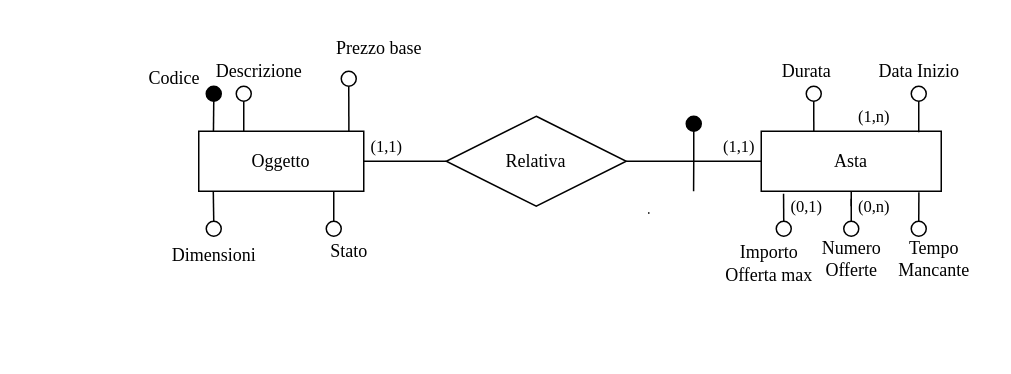
A-lex00/AsteOnlineBD keeps this draw.io diagram as materiale/Schemi Base E-R/SchemaBaseOggetto-Asta.drawio. Above is the earlier version. Source tidied: cells renumbered, new cells numbered last; positions are measured from the earlier drawing's top-left corner, leaving out a move shared by most shapes. Both pictures are drawn from the tidied source at 150%, with x=0, y=0 at pixel (130, 26).
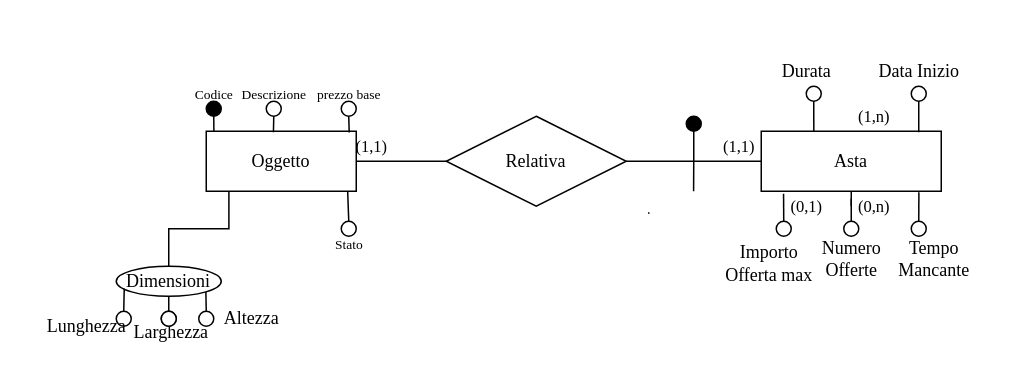
After the change.

The change refers to these unchanged cells:
```xml
<mxCell id="19" value="Relativa" style="shape=rhombus;perimeter=rhombusPerimeter;whiteSpace=wrap;html=1;align=center;fontColor=#000000;fontFamily=Times New Roman;" parent="1" vertex="1">
  <mxGeometry x="210" y="60" width="120" height="60" as="geometry" />
</mxCell>
```

What changed in the source:
```diff
@@
-    <mxCell id="12" style="edgeStyle=orthogonalEdgeStyle;rounded=0;jettySize=auto;html=1;exitX=0;exitY=0.5;exitDx=0;exitDy=0;endArrow=none;startFill=0;fontFamily=Times New Roman;" parent="1" edge="1" source="19" target="20">
+    <mxCell id="12" style="edgeStyle=orthogonalEdgeStyle;rounded=0;jettySize=auto;html=1;exitX=0;exitY=0.5;exitDx=0;exitDy=0;endArrow=none;startFill=0;fontFamily=Times New Roman;entryX=1;entryY=0.5;entryDx=0;entryDy=0;" parent="1" edge="1" source="19" target="20">
       <mxGeometry relative="1" as="geometry" />
     </mxCell>
-    <mxCell id="13" style="edgeStyle=orthogonalEdgeStyle;shape=connector;rounded=0;jettySize=auto;html=1;exitX=0.5;exitY=1;exitDx=0;exitDy=0;entryX=0.089;entryY=0.032;entryDx=0;entryDy=0;entryPerimeter=0;strokeColor=default;align=center;verticalAlign=middle;fontFamily=Times New Roman;fontSize=7;fontColor=default;labelBackgroundColor=default;startFill=0;endArrow=none;" parent="1" edge="1" source="21" target="20">
-      <mxGeometry relative="1" as="geometry" />
-    </mxCell>
-    <mxCell id="14" style="edgeStyle=orthogonalEdgeStyle;shape=connector;rounded=0;jettySize=auto;html=1;exitX=0.5;exitY=1;exitDx=0;exitDy=0;entryX=0.273;entryY=0.015;entryDx=0;entryDy=0;entryPerimeter=0;strokeColor=default;align=center;verticalAlign=middle;fontFamily=Times New Roman;fontSize=7;fontColor=default;labelBackgroundColor=default;startFill=0;endArrow=none;" parent="1" edge="1" source="22" target="20">
-      <mxGeometry relative="1" as="geometry" />
-    </mxCell>
-    <mxCell id="15" style="edgeStyle=orthogonalEdgeStyle;shape=connector;rounded=0;jettySize=auto;html=1;exitX=0.5;exitY=1;exitDx=0;exitDy=0;entryX=0.91;entryY=0.003;entryDx=0;entryDy=0;entryPerimeter=0;strokeColor=default;align=center;verticalAlign=middle;fontFamily=Times New Roman;fontSize=7;fontColor=default;labelBackgroundColor=default;startFill=0;endArrow=none;" parent="1" edge="1" source="24" target="20">
-      <mxGeometry relative="1" as="geometry" />
-    </mxCell>
-    <mxCell id="16" style="edgeStyle=orthogonalEdgeStyle;shape=connector;rounded=0;jettySize=auto;html=1;exitX=0.5;exitY=0;exitDx=0;exitDy=0;entryX=0.818;entryY=1.009;entryDx=0;entryDy=0;entryPerimeter=0;strokeColor=default;align=center;verticalAlign=middle;fontFamily=Times New Roman;fontSize=7;fontColor=default;labelBackgroundColor=default;startFill=0;endArrow=none;" parent="1" edge="1" source="23" target="20">
-      <mxGeometry relative="1" as="geometry" />
-    </mxCell>
-    <mxCell id="17" style="edgeStyle=orthogonalEdgeStyle;rounded=0;jettySize=auto;html=1;exitX=0.5;exitY=0;exitDx=0;exitDy=0;entryX=0.088;entryY=0.98;entryDx=0;entryDy=0;entryPerimeter=0;endArrow=none;startFill=0;fontFamily=Times New Roman;" parent="1" edge="1" source="25" target="20">
-      <mxGeometry relative="1" as="geometry" />
-    </mxCell>
@@
-    <mxCell id="20" value="Oggetto" style="whiteSpace=wrap;html=1;align=center;fontFamily=Times New Roman;" parent="1" vertex="1">
-      <mxGeometry x="45" y="70" width="110" height="40" as="geometry" />
-    </mxCell>
-    <mxCell id="21" style="ellipse;whiteSpace=wrap;html=1;fillColor=#000000;fontFamily=Times New Roman;" parent="1" vertex="1">
-      <mxGeometry x="50" y="40" width="10" height="10" as="geometry" />
-    </mxCell>
-    <mxCell id="22" style="ellipse;whiteSpace=wrap;html=1;fontFamily=Times New Roman;" parent="1" vertex="1">
-      <mxGeometry x="70" y="40" width="10" height="10" as="geometry" />
-    </mxCell>
-    <mxCell id="23" style="ellipse;whiteSpace=wrap;html=1;fontFamily=Times New Roman;" parent="1" vertex="1">
-      <mxGeometry x="130" y="130" width="10" height="10" as="geometry" />
-    </mxCell>
-    <mxCell id="24" style="ellipse;whiteSpace=wrap;html=1;fontFamily=Times New Roman;" parent="1" vertex="1">
-      <mxGeometry x="140" y="30" width="10" height="10" as="geometry" />
-    </mxCell>
-    <mxCell id="25" style="ellipse;whiteSpace=wrap;html=1;fontFamily=Times New Roman;" parent="1" vertex="1">
-      <mxGeometry x="50" y="130" width="10" height="10" as="geometry" />
-    </mxCell>
-    <mxCell id="26" value="Codice&amp;nbsp;" style="text;html=1;align=center;verticalAlign=middle;strokeColor=none;fillColor=none;fontFamily=Times New Roman;fontSize=12;fontColor=default;labelBackgroundColor=default;" parent="1" vertex="1">
-      <mxGeometry y="20" width="60" height="30" as="geometry" />
-    </mxCell>
-    <mxCell id="27" value="Descrizione" style="text;html=1;align=center;verticalAlign=middle;strokeColor=none;fillColor=none;fontFamily=Times New Roman;fontSize=12;fontColor=default;labelBackgroundColor=default;" parent="1" vertex="1">
-      <mxGeometry x="45" y="15" width="80" height="30" as="geometry" />
-    </mxCell>
     <mxCell id="28" value="(1,1)" style="text;html=1;align=center;verticalAlign=middle;strokeColor=none;fillColor=none;fontFamily=Times New Roman;fontSize=11;fontColor=default;labelBackgroundColor=default;" parent="1" vertex="1">
-      <mxGeometry x="150" y="65" width="40" height="30" as="geometry" />
+      <mxGeometry x="140" y="65" width="40" height="30" as="geometry" />
     </mxCell>
@@
-    <mxCell id="39" value="&lt;font&gt;Prezzo base&lt;/font&gt;" style="text;html=1;align=center;verticalAlign=middle;strokeColor=none;fillColor=none;fontFamily=Times New Roman;fontSize=12;fontColor=default;labelBackgroundColor=default;" parent="1" vertex="1">
-      <mxGeometry x="125" width="80" height="30" as="geometry" />
-    </mxCell>
-    <mxCell id="40" value="Dimensioni" style="text;html=1;align=center;verticalAlign=middle;points=[];strokeColor=none;fillColor=none;fontFamily=Times New Roman;fontSize=12;fontColor=default;labelBackgroundColor=default;" parent="1" vertex="1">
-      <mxGeometry x="15" y="138" width="80" height="30" as="geometry" />
-    </mxCell>
-    <mxCell id="41" value="Stato" style="text;html=1;align=center;verticalAlign=middle;strokeColor=none;fillColor=none;fontFamily=Times New Roman;fontSize=12;fontColor=default;labelBackgroundColor=default;" parent="1" vertex="1">
-      <mxGeometry x="120" y="135" width="50" height="30" as="geometry" />
-    </mxCell>
@@
+    <mxCell id="20" value="&lt;font face=&quot;Times New Roman&quot;&gt;Oggetto&lt;/font&gt;" style="whiteSpace=wrap;html=1;align=center;" parent="1" vertex="1">
+      <mxGeometry x="50" y="70" width="100" height="40" as="geometry" />
+    </mxCell>
+    <mxCell id="40" value="&lt;font style=&quot;font-size: 12px;&quot;&gt;Dimensioni&lt;/font&gt;" style="ellipse;whiteSpace=wrap;html=1;align=center;fontSize=10;fontFamily=Times New Roman;" parent="1" vertex="1">
+      <mxGeometry x="-10" y="160" width="70" height="20" as="geometry" />
+    </mxCell>
+    <mxCell id="46" style="ellipse;whiteSpace=wrap;html=1;" parent="1" vertex="1">
+      <mxGeometry x="-10" y="190" width="10" height="10" as="geometry" />
+    </mxCell>
+    <mxCell id="47" style="edgeStyle=orthogonalEdgeStyle;rounded=0;jettySize=auto;html=1;exitX=0.5;exitY=0;exitDx=0;exitDy=0;entryX=0.5;entryY=1;entryDx=0;entryDy=0;endArrow=none;startFill=0;" parent="1" edge="1" source="48" target="40">
+      <mxGeometry relative="1" as="geometry" />
+    </mxCell>
+    <mxCell id="48" style="ellipse;whiteSpace=wrap;html=1;" parent="1" vertex="1">
+      <mxGeometry x="20" y="190" width="10" height="10" as="geometry" />
+    </mxCell>
+    <mxCell id="49" style="edgeStyle=orthogonalEdgeStyle;rounded=0;jettySize=auto;html=1;exitX=0.5;exitY=0;exitDx=0;exitDy=0;entryX=1;entryY=1;entryDx=0;entryDy=0;endArrow=none;startFill=0;" parent="1" edge="1" source="50" target="40">
+      <mxGeometry relative="1" as="geometry" />
+    </mxCell>
+    <mxCell id="50" style="ellipse;whiteSpace=wrap;html=1;" parent="1" vertex="1">
+      <mxGeometry x="45" y="190" width="10" height="10" as="geometry" />
+    </mxCell>
+    <mxCell id="51" value="Lunghezza" style="text;html=1;align=center;verticalAlign=middle;strokeColor=none;fillColor=none;fontSize=12;fontFamily=Times New Roman;" parent="1" vertex="1">
+      <mxGeometry x="-70" y="185" width="80" height="30" as="geometry" />
+    </mxCell>
+    <mxCell id="52" value="Altezza" style="text;html=1;align=center;verticalAlign=middle;strokeColor=none;fillColor=none;fontFamily=Times New Roman;fontSize=12;" parent="1" vertex="1">
+      <mxGeometry x="50" y="180" width="60" height="30" as="geometry" />
+    </mxCell>
+    <mxCell id="53" value="Larghezza" style="text;whiteSpace=wrap;html=1;fontSize=12;fontFamily=Times New Roman;" parent="1" vertex="1">
+      <mxGeometry y="190" width="40" height="20" as="geometry" />
+    </mxCell>
+    <mxCell id="54" style="ellipse;whiteSpace=wrap;html=1;fillColor=#000000;" parent="1" vertex="1">
+      <mxGeometry x="50" y="50" width="10" height="10" as="geometry" />
+    </mxCell>
+    <mxCell id="55" style="ellipse;whiteSpace=wrap;html=1;" parent="1" vertex="1">
+      <mxGeometry x="90" y="50" width="10" height="10" as="geometry" />
+    </mxCell>
+    <mxCell id="56" style="edgeStyle=orthogonalEdgeStyle;rounded=0;jettySize=auto;html=1;exitX=0.5;exitY=1;exitDx=0;exitDy=0;entryX=0.051;entryY=0.013;entryDx=0;entryDy=0;entryPerimeter=0;endArrow=none;startFill=0;" parent="1" edge="1" source="54" target="20">
+      <mxGeometry relative="1" as="geometry" />
+    </mxCell>
+    <mxCell id="26" value="&lt;font style=&quot;font-size: 9px;&quot;&gt;Codice&lt;/font&gt;" style="text;html=1;align=center;verticalAlign=middle;strokeColor=none;fillColor=none;fontFamily=Times New Roman;" parent="1" vertex="1">
+      <mxGeometry x="30" y="30" width="50" height="30" as="geometry" />
+    </mxCell>
+    <mxCell id="27" value="&lt;font style=&quot;font-size: 9px;&quot;&gt;Descrizione&lt;/font&gt;" style="text;html=1;align=center;verticalAlign=middle;strokeColor=none;fillColor=none;fontFamily=Times New Roman;" parent="1" vertex="1">
+      <mxGeometry x="60" y="30" width="70" height="30" as="geometry" />
+    </mxCell>
+    <mxCell id="57" style="edgeStyle=orthogonalEdgeStyle;rounded=0;jettySize=auto;html=1;exitX=0.5;exitY=1;exitDx=0;exitDy=0;entryX=0.348;entryY=0.016;entryDx=0;entryDy=0;entryPerimeter=0;endArrow=none;startFill=0;" parent="1" edge="1" source="55">
+      <mxGeometry relative="1" as="geometry">
+        <mxPoint x="94.8" y="70.6" as="targetPoint" />
+      </mxGeometry>
+    </mxCell>
+    <mxCell id="58" style="ellipse;whiteSpace=wrap;html=1;" parent="1" vertex="1">
+      <mxGeometry x="20" y="190" width="10" height="10" as="geometry" />
+    </mxCell>
+    <mxCell id="59" style="ellipse;whiteSpace=wrap;html=1;" parent="1" vertex="1">
+      <mxGeometry x="140" y="50" width="10" height="10" as="geometry" />
+    </mxCell>
+    <mxCell id="60" style="ellipse;whiteSpace=wrap;html=1;" parent="1" vertex="1">
+      <mxGeometry x="140" y="130" width="10" height="10" as="geometry" />
+    </mxCell>
+    <mxCell id="61" style="edgeStyle=orthogonalEdgeStyle;rounded=0;jettySize=auto;html=1;exitX=0.5;exitY=1;exitDx=0;exitDy=0;entryX=0.953;entryY=0.02;entryDx=0;entryDy=0;entryPerimeter=0;endArrow=none;startFill=0;" parent="1" edge="1" source="59" target="20">
+      <mxGeometry relative="1" as="geometry" />
+    </mxCell>
+    <mxCell id="62" value="&lt;font style=&quot;font-size: 9px;&quot;&gt;prezzo base&lt;/font&gt;" style="text;html=1;align=center;verticalAlign=middle;strokeColor=none;fillColor=none;fontFamily=Times New Roman;" parent="1" vertex="1">
+      <mxGeometry x="110" y="30" width="70" height="30" as="geometry" />
+    </mxCell>
+    <mxCell id="63" style="edgeStyle=orthogonalEdgeStyle;rounded=0;jettySize=auto;html=1;exitX=0.5;exitY=0;exitDx=0;exitDy=0;entryX=0.943;entryY=1.014;entryDx=0;entryDy=0;entryPerimeter=0;endArrow=none;startFill=0;" parent="1" edge="1" source="60" target="20">
+      <mxGeometry relative="1" as="geometry" />
+    </mxCell>
+    <mxCell id="41" value="&lt;font style=&quot;font-size: 9px;&quot;&gt;Stato&lt;/font&gt;" style="text;html=1;align=center;verticalAlign=middle;strokeColor=none;fillColor=none;fontFamily=Times New Roman;" parent="1" vertex="1">
+      <mxGeometry x="125" y="130" width="40" height="30" as="geometry" />
+    </mxCell>
+    <mxCell id="64" style="edgeStyle=orthogonalEdgeStyle;rounded=0;jettySize=auto;html=1;exitX=0.5;exitY=0;exitDx=0;exitDy=0;entryX=0.076;entryY=0.746;entryDx=0;entryDy=0;entryPerimeter=0;endArrow=none;startFill=0;" parent="1" edge="1" source="46" target="40">
+      <mxGeometry relative="1" as="geometry" />
+    </mxCell>
+    <mxCell id="65" style="edgeStyle=orthogonalEdgeStyle;rounded=0;jettySize=auto;html=1;exitX=0.5;exitY=0;exitDx=0;exitDy=0;entryX=0.151;entryY=1;entryDx=0;entryDy=0;entryPerimeter=0;endArrow=none;startFill=0;" parent="1" edge="1" source="40" target="20">
+      <mxGeometry relative="1" as="geometry" />
+    </mxCell>
```
